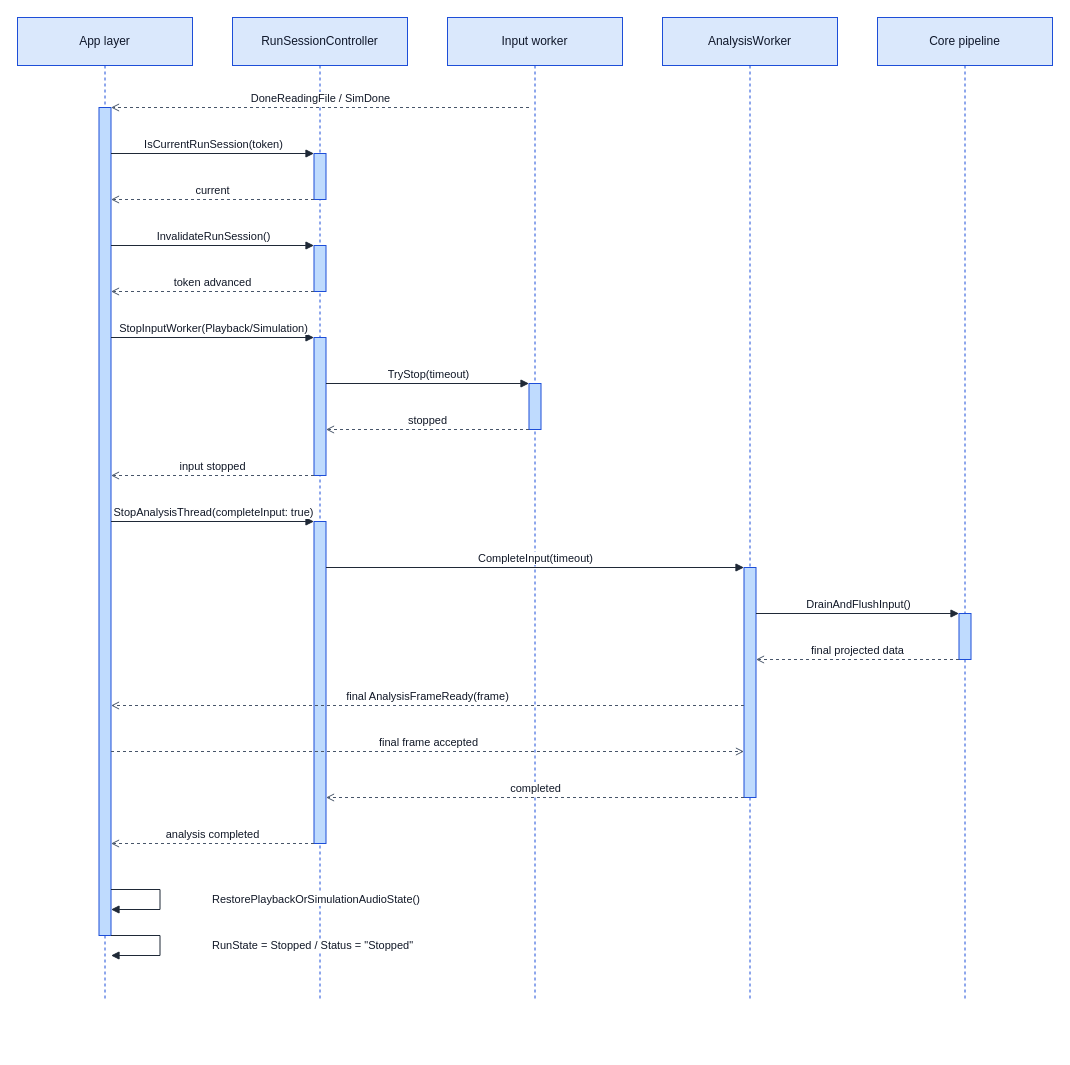
Jae-hong-5/TimeGrapher-Net keeps this draw.io diagram as page "Level 2.5 · Playback/Simulation 자연 종료" (6 of 7) of docs/architecture/Sequence/sequence.drawio. Above is the earlier version. Source tidied: cells renumbered, new cells numbered last; positions are measured from the earlier drawing's top-left corner, leaving out a move shared by most shapes. Both pictures are drawn from the tidied source at 100%, with x=0, y=0 at pixel (17, 17).
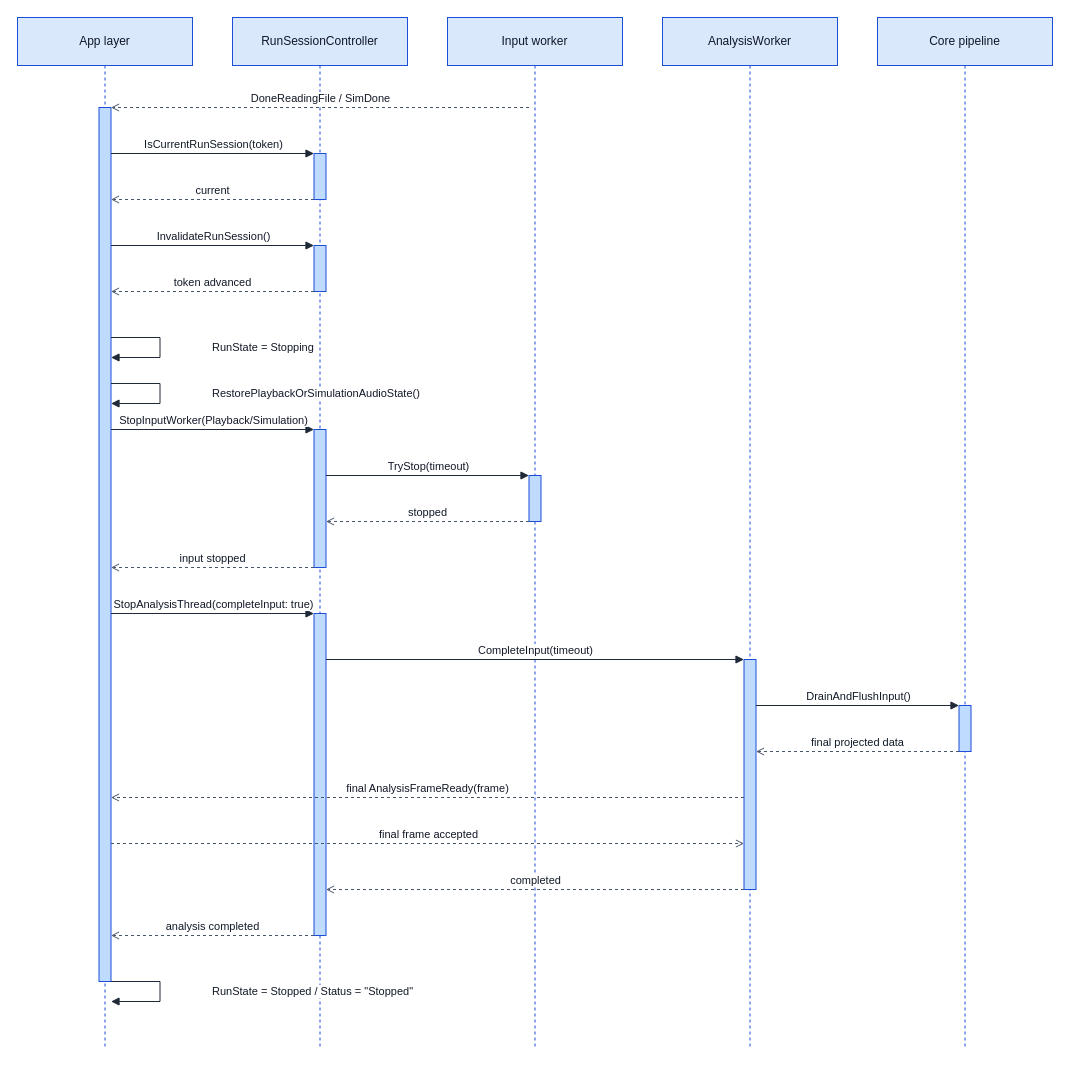
The same diagram, later.

Change to the diagram source:
```diff
@@
     <mxCell id="2" value="App layer" style="shape=umlLifeline;perimeter=lifelinePerimeter;whiteSpace=wrap;html=1;size=48;fillColor=#dae8fc;strokeColor=#1d4ed8;fontColor=#0f172a;fontSize=12;" parent="1" vertex="1">
-      <mxGeometry width="175" height="984" as="geometry" />
+      <mxGeometry width="175" height="1030" as="geometry" />
     </mxCell>
     <mxCell id="3" value="RunSessionController" style="shape=umlLifeline;perimeter=lifelinePerimeter;whiteSpace=wrap;html=1;size=48;fillColor=#dae8fc;strokeColor=#1d4ed8;fontColor=#0f172a;fontSize=12;" parent="1" vertex="1">
-      <mxGeometry x="215" width="175" height="984" as="geometry" />
+      <mxGeometry x="215" width="175" height="1030" as="geometry" />
     </mxCell>
     <mxCell id="4" value="Input worker" style="shape=umlLifeline;perimeter=lifelinePerimeter;whiteSpace=wrap;html=1;size=48;fillColor=#dae8fc;strokeColor=#1d4ed8;fontColor=#0f172a;fontSize=12;" parent="1" vertex="1">
-      <mxGeometry x="430" width="175" height="984" as="geometry" />
+      <mxGeometry x="430" width="175" height="1030" as="geometry" />
     </mxCell>
     <mxCell id="5" value="AnalysisWorker" style="shape=umlLifeline;perimeter=lifelinePerimeter;whiteSpace=wrap;html=1;size=48;fillColor=#dae8fc;strokeColor=#1d4ed8;fontColor=#0f172a;fontSize=12;" parent="1" vertex="1">
-      <mxGeometry x="645" width="175" height="984" as="geometry" />
+      <mxGeometry x="645" width="175" height="1030" as="geometry" />
     </mxCell>
     <mxCell id="6" value="Core pipeline" style="shape=umlLifeline;perimeter=lifelinePerimeter;whiteSpace=wrap;html=1;size=48;fillColor=#dae8fc;strokeColor=#1d4ed8;fontColor=#0f172a;fontSize=12;" parent="1" vertex="1">
-      <mxGeometry x="860" width="175" height="984" as="geometry" />
+      <mxGeometry x="860" width="175" height="1030" as="geometry" />
     </mxCell>
@@
-    <mxCell id="9" style="html=1;perimeter=orthogonalPerimeter;fillColor=#bfdbfe;strokeColor=#1d4ed8;" parent="1" vertex="1">
-      <mxGeometry x="511.5" y="366" width="12" height="46" as="geometry" />
-    </mxCell>
     <mxCell id="10" style="html=1;perimeter=orthogonalPerimeter;fillColor=#bfdbfe;strokeColor=#1d4ed8;" parent="1" vertex="1">
-      <mxGeometry x="296.5" y="320" width="12" height="138" as="geometry" />
+      <mxGeometry x="511.5" y="458" width="12" height="46" as="geometry" />
     </mxCell>
-    <mxCell id="11" style="html=1;perimeter=orthogonalPerimeter;fillColor=#bfdbfe;strokeColor=#1d4ed8;" parent="1" vertex="1">
-      <mxGeometry x="941.5" y="596" width="12" height="46" as="geometry" />
-    </mxCell>
-    <mxCell id="12" style="html=1;perimeter=orthogonalPerimeter;fillColor=#bfdbfe;strokeColor=#1d4ed8;" parent="1" vertex="1">
-      <mxGeometry x="726.5" y="550" width="12" height="230" as="geometry" />
-    </mxCell>
+    <mxCell id="34" style="html=1;perimeter=orthogonalPerimeter;fillColor=#bfdbfe;strokeColor=#1d4ed8;" parent="1" vertex="1">
+      <mxGeometry x="296.5" y="412" width="12" height="138" as="geometry" />
+    </mxCell>
+    <mxCell id="35" style="html=1;perimeter=orthogonalPerimeter;fillColor=#bfdbfe;strokeColor=#1d4ed8;" parent="1" vertex="1">
+      <mxGeometry x="941.5" y="688" width="12" height="46" as="geometry" />
+    </mxCell>
     <mxCell id="13" style="html=1;perimeter=orthogonalPerimeter;fillColor=#bfdbfe;strokeColor=#1d4ed8;" parent="1" vertex="1">
-      <mxGeometry x="296.5" y="504" width="12" height="322" as="geometry" />
+      <mxGeometry x="726.5" y="642" width="12" height="230" as="geometry" />
     </mxCell>
-    <mxCell id="14" style="html=1;perimeter=orthogonalPerimeter;fillColor=#bfdbfe;strokeColor=#1d4ed8;" parent="1" vertex="1">
-      <mxGeometry x="81.5" y="90" width="12" height="828" as="geometry" />
-    </mxCell>
+    <mxCell id="36" style="html=1;perimeter=orthogonalPerimeter;fillColor=#bfdbfe;strokeColor=#1d4ed8;" parent="1" vertex="1">
+      <mxGeometry x="296.5" y="596" width="12" height="322" as="geometry" />
+    </mxCell>
+    <mxCell id="37" style="html=1;perimeter=orthogonalPerimeter;fillColor=#bfdbfe;strokeColor=#1d4ed8;" parent="1" vertex="1">
+      <mxGeometry x="81.5" y="90" width="12" height="874" as="geometry" />
+    </mxCell>
@@
-    <mxCell id="20" value="StopInputWorker(Playback/Simulation)" style="html=1;verticalAlign=bottom;startArrow=none;endArrow=block;rounded=0;labelBackgroundColor=#ffffff;strokeColor=#1f2937;fontColor=#111827;labelBorderColor=none;" parent="1" edge="1">
-      <mxGeometry relative="1" as="geometry">
-        <mxPoint x="93.5" y="320" as="sourcePoint" />
-        <mxPoint x="296.5" y="320" as="targetPoint" />
-      </mxGeometry>
-    </mxCell>
+    <mxCell id="38" value="RunState = Stopping" style="html=1;verticalAlign=middle;align=left;startArrow=none;endArrow=block;rounded=0;labelBackgroundColor=#ffffff;strokeColor=#1f2937;fontColor=#111827;labelBorderColor=none;" parent="1" edge="1">
+      <mxGeometry relative="1" as="geometry">
+        <mxPoint x="93.5" y="320" as="sourcePoint" />
+        <mxPoint x="93.5" y="340" as="targetPoint" />
+        <Array as="points">
+          <mxPoint x="142.5" y="320" />
+          <mxPoint x="142.5" y="340" />
+        </Array>
+        <mxPoint x="50" as="offset" />
+      </mxGeometry>
+    </mxCell>
+    <mxCell id="32" value="RestorePlaybackOrSimulationAudioState()" style="html=1;verticalAlign=middle;align=left;startArrow=none;endArrow=block;rounded=0;labelBackgroundColor=#ffffff;strokeColor=#1f2937;fontColor=#111827;labelBorderColor=none;" parent="1" edge="1">
+      <mxGeometry relative="1" as="geometry">
+        <mxPoint x="93.5" y="366" as="sourcePoint" />
+        <mxPoint x="93.5" y="386" as="targetPoint" />
+        <Array as="points">
+          <mxPoint x="142.5" y="366" />
+          <mxPoint x="142.5" y="386" />
+        </Array>
+        <mxPoint x="50" as="offset" />
+      </mxGeometry>
+    </mxCell>
+    <mxCell id="22" value="StopInputWorker(Playback/Simulation)" style="html=1;verticalAlign=bottom;startArrow=none;endArrow=block;rounded=0;labelBackgroundColor=#ffffff;strokeColor=#1f2937;fontColor=#111827;labelBorderColor=none;" parent="1" edge="1">
+      <mxGeometry relative="1" as="geometry">
+        <mxPoint x="93.5" y="412" as="sourcePoint" />
+        <mxPoint x="296.5" y="412" as="targetPoint" />
+      </mxGeometry>
+    </mxCell>
     <mxCell id="21" value="TryStop(timeout)" style="html=1;verticalAlign=bottom;startArrow=none;endArrow=block;rounded=0;labelBackgroundColor=#ffffff;strokeColor=#1f2937;fontColor=#111827;labelBorderColor=none;" parent="1" edge="1">
       <mxGeometry relative="1" as="geometry">
-        <mxPoint x="308.5" y="366" as="sourcePoint" />
-        <mxPoint x="511.5" y="366" as="targetPoint" />
+        <mxPoint x="308.5" y="458" as="sourcePoint" />
+        <mxPoint x="511.5" y="458" as="targetPoint" />
       </mxGeometry>
     </mxCell>
-    <mxCell id="22" value="stopped" style="html=1;verticalAlign=bottom;startArrow=none;endArrow=open;dashed=1;rounded=0;labelBackgroundColor=#ffffff;strokeColor=#475569;fontColor=#111827;labelBorderColor=none;" parent="1" edge="1">
-      <mxGeometry relative="1" as="geometry">
-        <mxPoint x="511.5" y="412" as="sourcePoint" />
-        <mxPoint x="308.5" y="412" as="targetPoint" />
-      </mxGeometry>
-    </mxCell>
-    <mxCell id="23" value="input stopped" style="html=1;verticalAlign=bottom;startArrow=none;endArrow=open;dashed=1;rounded=0;labelBackgroundColor=#ffffff;strokeColor=#475569;fontColor=#111827;labelBorderColor=none;" parent="1" edge="1">
+    <mxCell id="23" value="stopped" style="html=1;verticalAlign=bottom;startArrow=none;endArrow=open;dashed=1;rounded=0;labelBackgroundColor=#ffffff;strokeColor=#475569;fontColor=#111827;labelBorderColor=none;" parent="1" edge="1">
       <mxGeometry relative="1" as="geometry">
-        <mxPoint x="296.5" y="458" as="sourcePoint" />
-        <mxPoint x="93.5" y="458" as="targetPoint" />
+        <mxPoint x="511.5" y="504" as="sourcePoint" />
+        <mxPoint x="308.5" y="504" as="targetPoint" />
       </mxGeometry>
     </mxCell>
-    <mxCell id="24" value="StopAnalysisThread(completeInput: true)" style="html=1;verticalAlign=bottom;startArrow=none;endArrow=block;rounded=0;labelBackgroundColor=#ffffff;strokeColor=#1f2937;fontColor=#111827;labelBorderColor=none;" parent="1" edge="1">
+    <mxCell id="24" value="input stopped" style="html=1;verticalAlign=bottom;startArrow=none;endArrow=open;dashed=1;rounded=0;labelBackgroundColor=#ffffff;strokeColor=#475569;fontColor=#111827;labelBorderColor=none;" parent="1" edge="1">
       <mxGeometry relative="1" as="geometry">
-        <mxPoint x="93.5" y="504" as="sourcePoint" />
-        <mxPoint x="296.5" y="504" as="targetPoint" />
+        <mxPoint x="296.5" y="550" as="sourcePoint" />
+        <mxPoint x="93.5" y="550" as="targetPoint" />
       </mxGeometry>
     </mxCell>
-    <mxCell id="25" value="CompleteInput(timeout)" style="html=1;verticalAlign=bottom;startArrow=none;endArrow=block;rounded=0;labelBackgroundColor=#ffffff;strokeColor=#1f2937;fontColor=#111827;labelBorderColor=none;" parent="1" edge="1">
-      <mxGeometry relative="1" as="geometry">
-        <mxPoint x="308.5" y="550" as="sourcePoint" />
-        <mxPoint x="726.5" y="550" as="targetPoint" />
-      </mxGeometry>
-    </mxCell>
-    <mxCell id="26" value="DrainAndFlushInput()" style="html=1;verticalAlign=bottom;startArrow=none;endArrow=block;rounded=0;labelBackgroundColor=#ffffff;strokeColor=#1f2937;fontColor=#111827;labelBorderColor=none;" parent="1" edge="1">
+    <mxCell id="26" value="StopAnalysisThread(completeInput: true)" style="html=1;verticalAlign=bottom;startArrow=none;endArrow=block;rounded=0;labelBackgroundColor=#ffffff;strokeColor=#1f2937;fontColor=#111827;labelBorderColor=none;" parent="1" edge="1">
       <mxGeometry relative="1" as="geometry">
-        <mxPoint x="738.5" y="596" as="sourcePoint" />
-        <mxPoint x="941.5" y="596" as="targetPoint" />
+        <mxPoint x="93.5" y="596" as="sourcePoint" />
+        <mxPoint x="296.5" y="596" as="targetPoint" />
       </mxGeometry>
     </mxCell>
-    <mxCell id="27" value="final projected data" style="html=1;verticalAlign=bottom;startArrow=none;endArrow=open;dashed=1;rounded=0;labelBackgroundColor=#ffffff;strokeColor=#475569;fontColor=#111827;labelBorderColor=none;" parent="1" edge="1">
+    <mxCell id="27" value="CompleteInput(timeout)" style="html=1;verticalAlign=bottom;startArrow=none;endArrow=block;rounded=0;labelBackgroundColor=#ffffff;strokeColor=#1f2937;fontColor=#111827;labelBorderColor=none;" parent="1" edge="1">
       <mxGeometry relative="1" as="geometry">
-        <mxPoint x="941.5" y="642" as="sourcePoint" />
-        <mxPoint x="738.5" y="642" as="targetPoint" />
+        <mxPoint x="308.5" y="642" as="sourcePoint" />
+        <mxPoint x="726.5" y="642" as="targetPoint" />
       </mxGeometry>
     </mxCell>
+    <mxCell id="39" value="DrainAndFlushInput()" style="html=1;verticalAlign=bottom;startArrow=none;endArrow=block;rounded=0;labelBackgroundColor=#ffffff;strokeColor=#1f2937;fontColor=#111827;labelBorderColor=none;" parent="1" edge="1">
+      <mxGeometry relative="1" as="geometry">
+        <mxPoint x="738.5" y="688" as="sourcePoint" />
+        <mxPoint x="941.5" y="688" as="targetPoint" />
+      </mxGeometry>
+    </mxCell>
-    <mxCell id="28" value="final AnalysisFrameReady(frame)" style="html=1;verticalAlign=bottom;startArrow=none;endArrow=open;dashed=1;rounded=0;labelBackgroundColor=#ffffff;strokeColor=#475569;fontColor=#111827;labelBorderColor=none;" parent="1" edge="1">
+    <mxCell id="28" value="final projected data" style="html=1;verticalAlign=bottom;startArrow=none;endArrow=open;dashed=1;rounded=0;labelBackgroundColor=#ffffff;strokeColor=#475569;fontColor=#111827;labelBorderColor=none;" parent="1" edge="1">
       <mxGeometry relative="1" as="geometry">
-        <mxPoint x="726.5" y="688" as="sourcePoint" />
-        <mxPoint x="93.5" y="688" as="targetPoint" />
+        <mxPoint x="941.5" y="734" as="sourcePoint" />
+        <mxPoint x="738.5" y="734" as="targetPoint" />
       </mxGeometry>
     </mxCell>
+    <mxCell id="30" value="final AnalysisFrameReady(frame)" style="html=1;verticalAlign=bottom;startArrow=none;endArrow=open;dashed=1;rounded=0;labelBackgroundColor=#ffffff;strokeColor=#475569;fontColor=#111827;labelBorderColor=none;" parent="1" edge="1">
+      <mxGeometry relative="1" as="geometry">
+        <mxPoint x="726.5" y="780" as="sourcePoint" />
+        <mxPoint x="93.5" y="780" as="targetPoint" />
+      </mxGeometry>
+    </mxCell>
     <mxCell id="29" value="final frame accepted" style="html=1;verticalAlign=bottom;startArrow=none;endArrow=open;dashed=1;rounded=0;labelBackgroundColor=#ffffff;strokeColor=#475569;fontColor=#111827;labelBorderColor=none;" parent="1" edge="1">
       <mxGeometry relative="1" as="geometry">
-        <mxPoint x="93.5" y="734" as="sourcePoint" />
-        <mxPoint x="726.5" y="734" as="targetPoint" />
+        <mxPoint x="93.5" y="826" as="sourcePoint" />
+        <mxPoint x="726.5" y="826" as="targetPoint" />
       </mxGeometry>
     </mxCell>
-    <mxCell id="30" value="completed" style="html=1;verticalAlign=bottom;startArrow=none;endArrow=open;dashed=1;rounded=0;labelBackgroundColor=#ffffff;strokeColor=#475569;fontColor=#111827;labelBorderColor=none;" parent="1" edge="1">
-      <mxGeometry relative="1" as="geometry">
-        <mxPoint x="726.5" y="780" as="sourcePoint" />
-        <mxPoint x="308.5" y="780" as="targetPoint" />
-      </mxGeometry>
-    </mxCell>
-    <mxCell id="31" value="analysis completed" style="html=1;verticalAlign=bottom;startArrow=none;endArrow=open;dashed=1;rounded=0;labelBackgroundColor=#ffffff;strokeColor=#475569;fontColor=#111827;labelBorderColor=none;" parent="1" edge="1">
+    <mxCell id="31" value="completed" style="html=1;verticalAlign=bottom;startArrow=none;endArrow=open;dashed=1;rounded=0;labelBackgroundColor=#ffffff;strokeColor=#475569;fontColor=#111827;labelBorderColor=none;" parent="1" edge="1">
       <mxGeometry relative="1" as="geometry">
-        <mxPoint x="296.5" y="826" as="sourcePoint" />
-        <mxPoint x="93.5" y="826" as="targetPoint" />
+        <mxPoint x="726.5" y="872" as="sourcePoint" />
+        <mxPoint x="308.5" y="872" as="targetPoint" />
       </mxGeometry>
     </mxCell>
-    <mxCell id="32" value="RestorePlaybackOrSimulationAudioState()" style="html=1;verticalAlign=middle;align=left;startArrow=none;endArrow=block;rounded=0;labelBackgroundColor=#ffffff;strokeColor=#1f2937;fontColor=#111827;labelBorderColor=none;" parent="1" edge="1">
-      <mxGeometry relative="1" as="geometry">
-        <mxPoint x="93.5" y="872" as="sourcePoint" />
-        <mxPoint x="93.5" y="892" as="targetPoint" />
-        <Array as="points">
-          <mxPoint x="142.5" y="872" />
-          <mxPoint x="142.5" y="892" />
-        </Array>
-        <mxPoint x="50" as="offset" />
-      </mxGeometry>
-    </mxCell>
+    <mxCell id="40" value="analysis completed" style="html=1;verticalAlign=bottom;startArrow=none;endArrow=open;dashed=1;rounded=0;labelBackgroundColor=#ffffff;strokeColor=#475569;fontColor=#111827;labelBorderColor=none;" parent="1" edge="1">
+      <mxGeometry relative="1" as="geometry">
+        <mxPoint x="296.5" y="918" as="sourcePoint" />
+        <mxPoint x="93.5" y="918" as="targetPoint" />
+      </mxGeometry>
+    </mxCell>
     <mxCell id="33" value="RunState = Stopped / Status = &quot;Stopped&quot;" style="html=1;verticalAlign=middle;align=left;startArrow=none;endArrow=block;rounded=0;labelBackgroundColor=#ffffff;strokeColor=#1f2937;fontColor=#111827;labelBorderColor=none;" parent="1" edge="1">
       <mxGeometry relative="1" as="geometry">
-        <mxPoint x="93.5" y="918" as="sourcePoint" />
-        <mxPoint x="93.5" y="938" as="targetPoint" />
+        <mxPoint x="93.5" y="964" as="sourcePoint" />
+        <mxPoint x="93.5" y="984" as="targetPoint" />
         <Array as="points">
-          <mxPoint x="142.5" y="918" />
-          <mxPoint x="142.5" y="938" />
+          <mxPoint x="142.5" y="964" />
+          <mxPoint x="142.5" y="984" />
         </Array>
         <mxPoint x="50" as="offset" />
       </mxGeometry>
     </mxCell>
```
